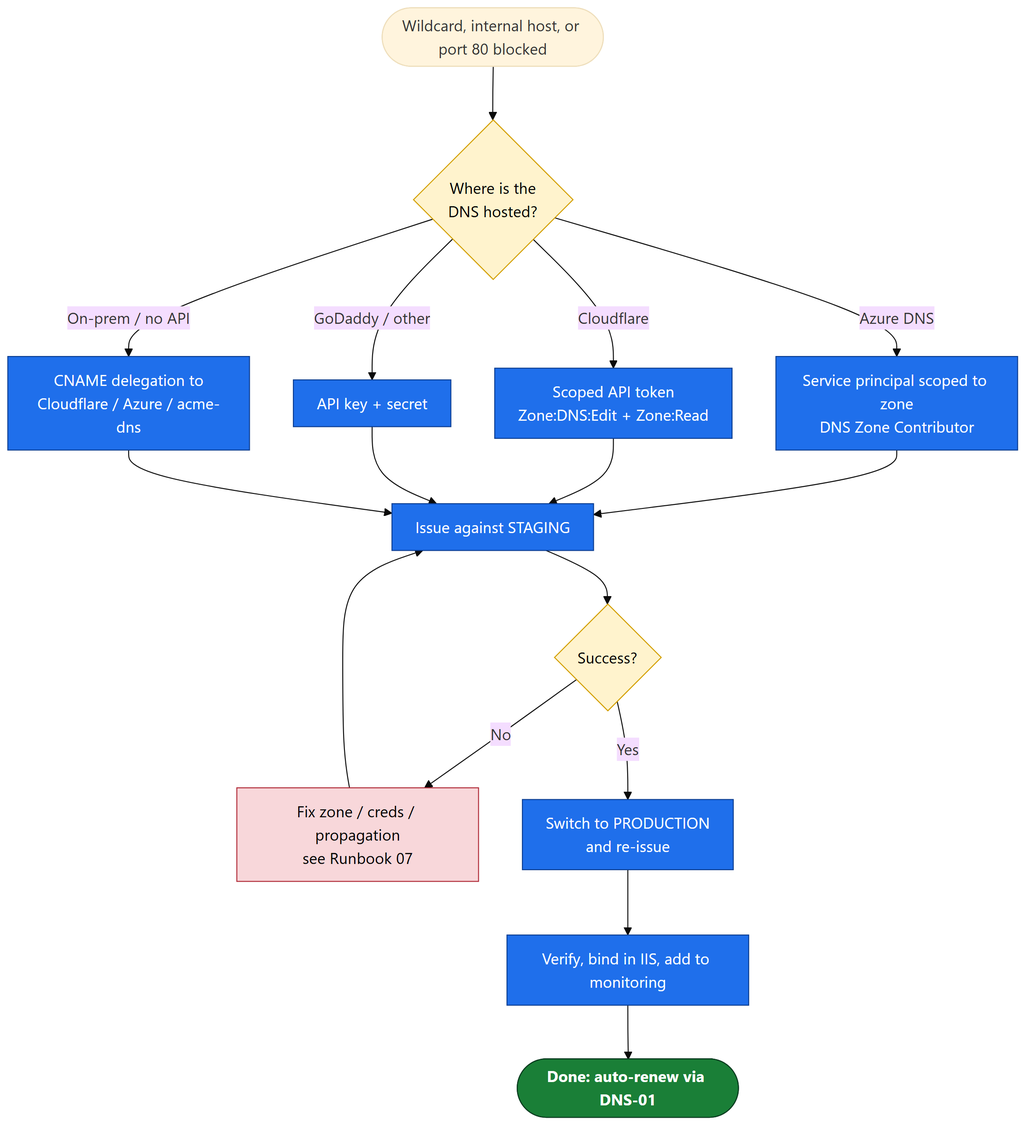
Above: docs/diagrams/runbook02-dns01.png in xphox2/Cert-Man-Windows (Mermaid), before the change. Its source is kept beside it as docs/diagrams/src/runbook02-dns01.mmd.
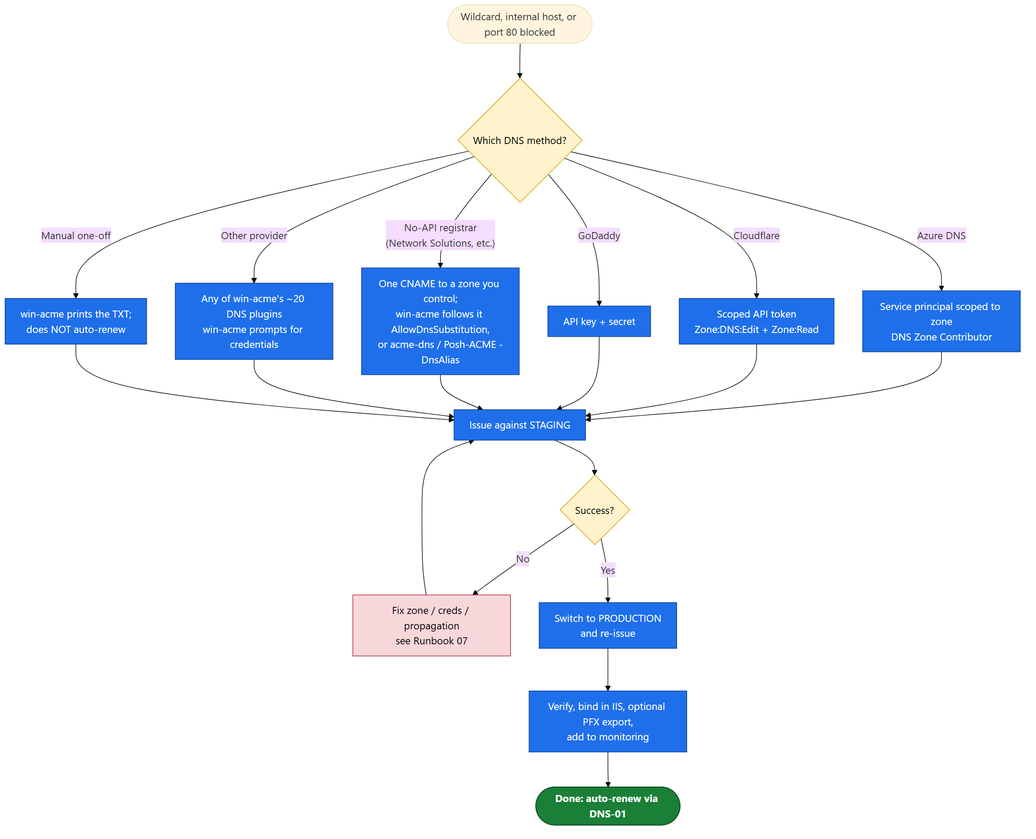
After the change.

Commit message:
Docs accuracy pass: 6-option DNS menu, CNAME-following, PFX export, Runbook 09 slide (v0.1.36)

Change to the diagram source:
```diff
@@ -1,26 +1,30 @@
 flowchart TD
-    A([Wildcard, internal host, or port 80 blocked]) --> B{Where is the<br/>DNS hosted?}
+    A([Wildcard, internal host, or port 80 blocked]) --> B{Which DNS method?}
     B -->|Azure DNS| C1[Service principal scoped to zone<br/>DNS Zone Contributor]
     B -->|Cloudflare| C2[Scoped API token<br/>Zone:DNS:Edit + Zone:Read]
-    B -->|GoDaddy / other| C3[API key + secret]
-    B -->|"On-prem / no API"| C4[CNAME delegation to<br/>Cloudflare / Azure / acme-dns]
+    B -->|GoDaddy| C3[API key + secret]
+    B -->|Other provider| C5[Any of win-acme's ~20 DNS plugins<br/>win-acme prompts for credentials]
+    B -->|"No-API registrar<br/>(Network Solutions, etc.)"| C4[One CNAME to a zone you control;<br/>win-acme follows it AllowDnsSubstitution,<br/>or acme-dns / Posh-ACME -DnsAlias]
+    B -->|Manual one-off| C6[win-acme prints the TXT;<br/>does NOT auto-renew]
 
     C1 --> D[Issue against STAGING]
     C2 --> D
     C3 --> D
     C4 --> D
+    C5 --> D
+    C6 --> D
     D --> E{Success?}
     E -->|No| F[Fix zone / creds / propagation<br/>see Runbook 07]
     F --> D
     E -->|Yes| G[Switch to PRODUCTION<br/>and re-issue]
-    G --> H[Verify, bind in IIS, add to monitoring]
+    G --> H[Verify, bind in IIS, optional PFX export,<br/>add to monitoring]
     H --> I([Done: auto-renew via DNS-01])
 
     classDef act fill:#1f6feb,stroke:#0b3d91,color:#ffffff;
     classDef dec fill:#fff3cd,stroke:#d39e00,color:#000000;
     classDef ok fill:#1a7f37,stroke:#0b3d20,color:#ffffff,font-weight:bold;
     classDef warn fill:#f8d7da,stroke:#b02a37,color:#000000;
-    class C1,C2,C3,C4,D,G,H act;
+    class C1,C2,C3,C4,C5,C6,D,G,H act;
     class B,E dec;
     class F warn;
     class I ok;
```
